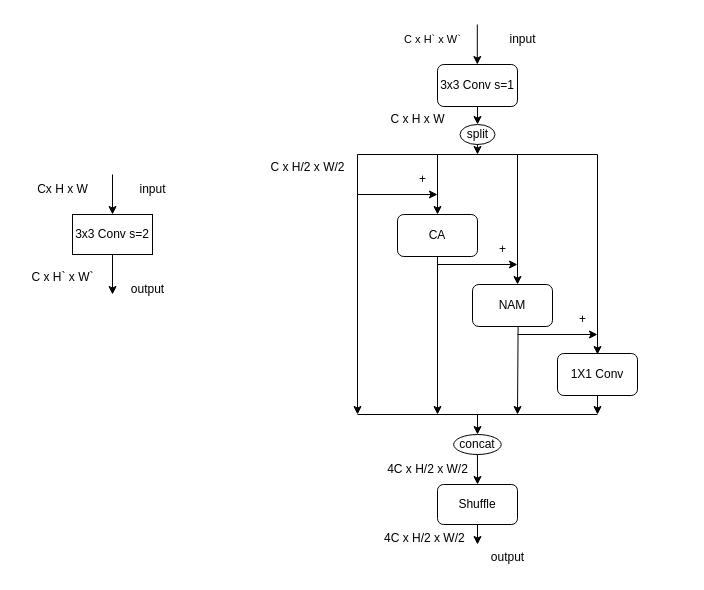
The draw.io diagram Untitled Diagram.drawio in recluse99/tcp_ip, before the edit. Source tidied: cells renumbered, new cells numbered last; positions are measured from the earlier drawing's top-left corner, leaving out a move shared by most shapes. Both pictures are drawn from the tidied source at 100%, with x=0, y=0 at pixel (17, 24).
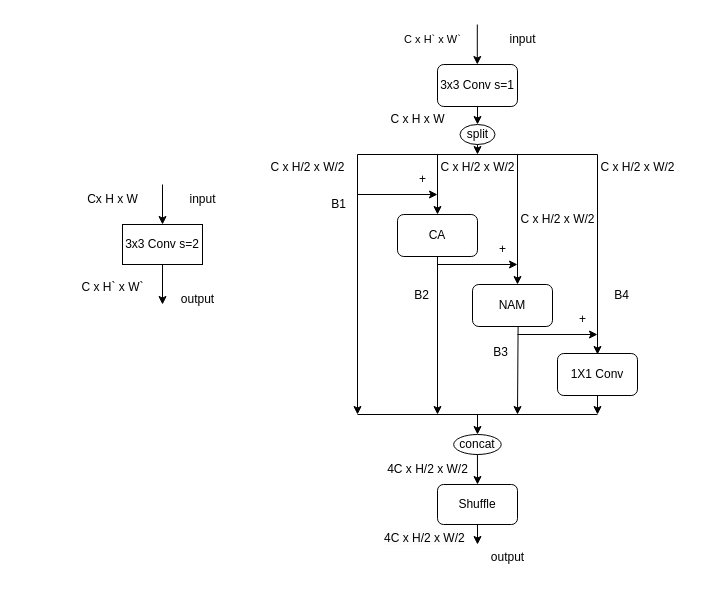
The same diagram, later.

Diff of the diagram source:
```diff
@@
     <mxCell id="2" style="endArrow=classic;html=1;rounded=0;entryX=0.5;entryY=0;entryDx=0;entryDy=0;entryPerimeter=0;" parent="1" edge="1">
       <mxGeometry relative="1" as="geometry">
-        <mxPoint x="95" y="150" as="sourcePoint" />
-        <mxPoint x="95" y="190" as="targetPoint" />
+        <mxPoint x="145" y="160" as="sourcePoint" />
+        <mxPoint x="145" y="200" as="targetPoint" />
       </mxGeometry>
     </mxCell>
     <mxCell id="3" value="3x3 Conv s=2" style="rounded=0;whiteSpace=wrap;html=1;" parent="1" vertex="1">
-      <mxGeometry x="55" y="190" width="80" height="40" as="geometry" />
+      <mxGeometry x="105" y="200" width="80" height="40" as="geometry" />
     </mxCell>
     <mxCell id="4" value="input" style="text;html=1;align=center;verticalAlign=middle;strokeColor=none;fillColor=none;" parent="1" vertex="1">
-      <mxGeometry x="110" y="150" width="50" height="30" as="geometry" />
+      <mxGeometry x="160" y="160" width="50" height="30" as="geometry" />
     </mxCell>
     <mxCell id="5" value="Cx H x W" style="text;html=1;align=center;verticalAlign=middle;strokeColor=none;fillColor=none;" parent="1" vertex="1">
-      <mxGeometry x="10" y="150" width="70" height="30" as="geometry" />
+      <mxGeometry x="60" y="160" width="70" height="30" as="geometry" />
     </mxCell>
     <mxCell id="6" style="endArrow=classic;html=1;rounded=0;exitX=0.5;exitY=1;exitDx=0;exitDy=0;" parent="1" edge="1" source="3">
       <mxGeometry relative="1" as="geometry">
-        <mxPoint x="95" y="270" as="targetPoint" />
+        <mxPoint x="145" y="280" as="targetPoint" />
       </mxGeometry>
     </mxCell>
     <mxCell id="7" value="C x H` x W`" style="text;html=1;align=center;verticalAlign=middle;strokeColor=none;fillColor=none;" parent="1" vertex="1">
-      <mxGeometry y="238" width="90" height="30" as="geometry" />
+      <mxGeometry x="50" y="248" width="90" height="30" as="geometry" />
     </mxCell>
@@
     <mxCell id="42" value="output&lt;br&gt;" style="text;html=1;align=center;verticalAlign=middle;strokeColor=none;fillColor=none;" parent="1" vertex="1">
-      <mxGeometry x="100" y="250" width="60" height="30" as="geometry" />
+      <mxGeometry x="150" y="260" width="60" height="30" as="geometry" />
     </mxCell>
@@
+    <mxCell id="44" value="C x H/2 x W/2" style="text;html=1;align=center;verticalAlign=middle;strokeColor=none;fillColor=none;" parent="1" vertex="1">
+      <mxGeometry x="570" y="128" width="100" height="30" as="geometry" />
+    </mxCell>
+    <mxCell id="45" value="C x H/2 x W/2" style="text;html=1;align=center;verticalAlign=middle;strokeColor=none;fillColor=none;" parent="1" vertex="1">
+      <mxGeometry x="490" y="180" width="100" height="30" as="geometry" />
+    </mxCell>
+    <mxCell id="46" value="C x H/2 x W/2" style="text;html=1;align=center;verticalAlign=middle;strokeColor=none;fillColor=none;" parent="1" vertex="1">
+      <mxGeometry x="410" y="128" width="100" height="30" as="geometry" />
+    </mxCell>
+    <mxCell id="47" value="B1" style="text;html=1;align=center;verticalAlign=middle;strokeColor=none;fillColor=none;" parent="1" vertex="1">
+      <mxGeometry x="304" y="167" width="33" height="26" as="geometry" />
+    </mxCell>
+    <mxCell id="48" value="B2" style="text;html=1;align=center;verticalAlign=middle;strokeColor=none;fillColor=none;" parent="1" vertex="1">
+      <mxGeometry x="387" y="258" width="33" height="26" as="geometry" />
+    </mxCell>
+    <mxCell id="49" value="B3" style="text;html=1;align=center;verticalAlign=middle;strokeColor=none;fillColor=none;" parent="1" vertex="1">
+      <mxGeometry x="466" y="315" width="33" height="26" as="geometry" />
+    </mxCell>
+    <mxCell id="50" value="B4" style="text;html=1;align=center;verticalAlign=middle;strokeColor=none;fillColor=none;" parent="1" vertex="1">
+      <mxGeometry x="587" y="258" width="33" height="26" as="geometry" />
+    </mxCell>
```
